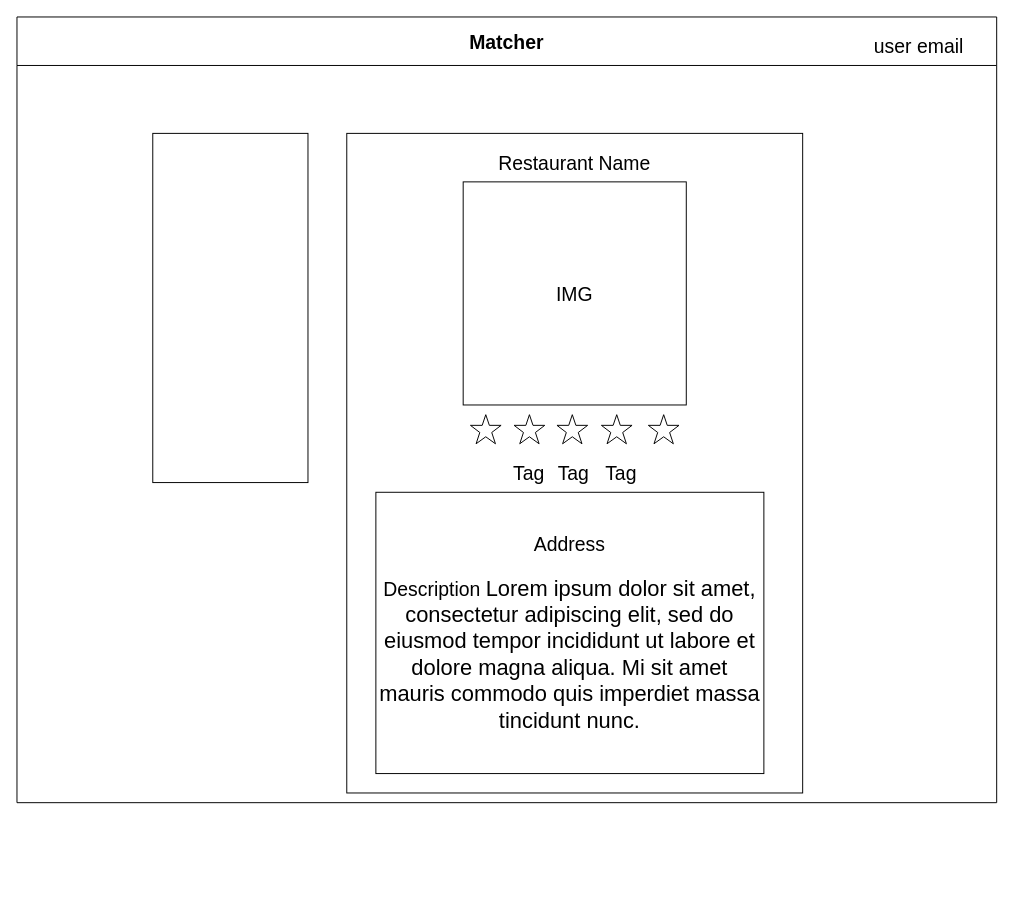
Earlier version of the draw.io diagram img/Untitled Diagram.drawio (DanteCrossCoding/matcher). Source tidied: cells renumbered, new cells numbered last; positions are measured from the earlier drawing's top-left corner, leaving out a move shared by most shapes. Both pictures are drawn from the tidied source at 97%, with x=0, y=0 at pixel (16, 16). Pictures stored in the file or linked from it are replaced by grey dashed boxes.
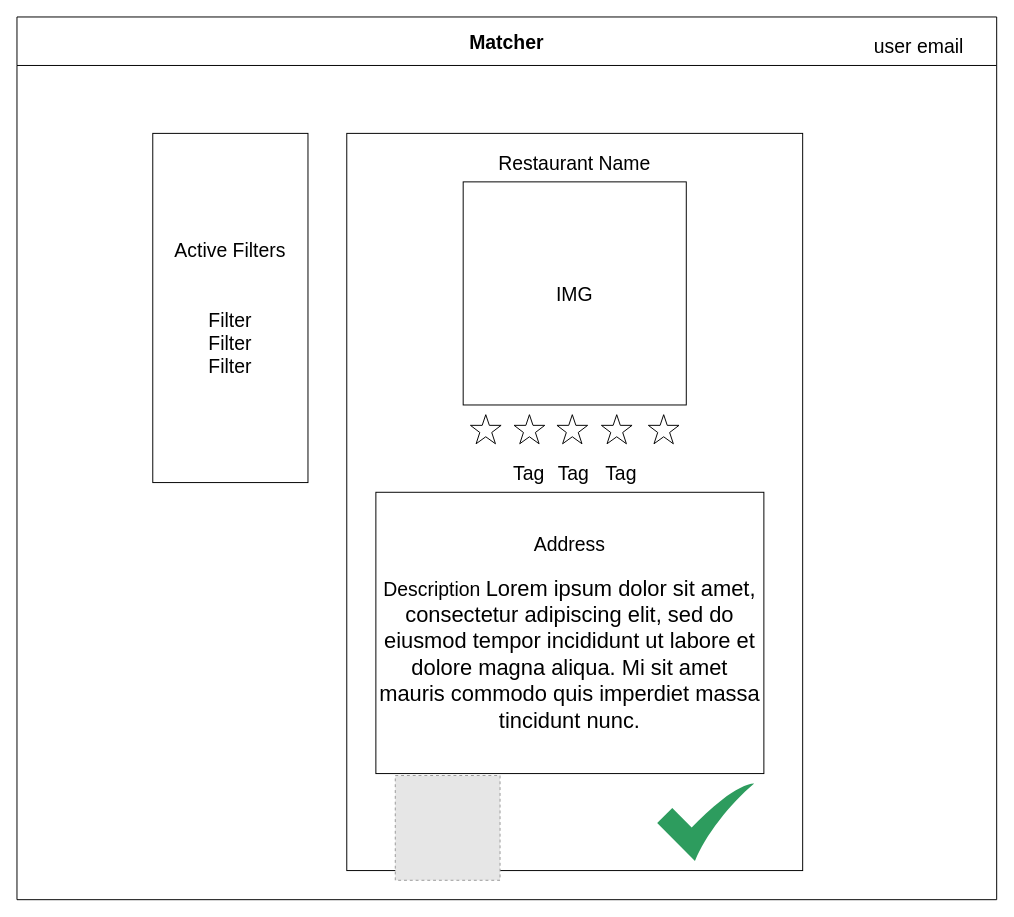
Above is the later version.

Diff of the diagram source:
```diff
@@
 <mxGraphModel>
   <root>
     <mxCell id="0" />
     <mxCell id="1" parent="0" />
     <mxCell id="2" style="rounded=0;whiteSpace=wrap;html=1;fontSize=20;" parent="1" vertex="1">
-      <mxGeometry x="340" y="120" width="470" height="680" as="geometry" />
+      <mxGeometry x="340" y="120" width="470" height="760" as="geometry" />
     </mxCell>
     <mxCell id="3" value="Matcher" style="swimlane;startSize=50;fontSize=20;" parent="1" vertex="1">
-      <mxGeometry width="1010" height="810" as="geometry" />
+      <mxGeometry width="1010" height="910" as="geometry" />
     </mxCell>
-    <mxCell id="4" style="whiteSpace=wrap;html=1;fontSize=20;" parent="3" vertex="1">
+    <mxCell id="4" value="Active Filters&lt;br&gt;&lt;br&gt;&lt;br&gt;Filter&lt;br&gt;Filter&lt;br&gt;Filter" style="whiteSpace=wrap;html=1;fontSize=20;" parent="3" vertex="1">
       <mxGeometry x="140" y="120" width="160" height="360" as="geometry" />
     </mxCell>
     <mxCell id="5" value="user email" style="text;html=1;strokeColor=none;fillColor=none;align=center;verticalAlign=middle;whiteSpace=wrap;rounded=0;fontSize=20;" parent="3" vertex="1">
       <mxGeometry x="880" y="20" width="100" height="20" as="geometry" />
     </mxCell>
     <mxCell id="6" value="&lt;p&gt;&lt;span style=&quot;background-color: rgb(255 , 255 , 255)&quot;&gt;Address&lt;/span&gt;&lt;/p&gt;&lt;p&gt;&lt;span style=&quot;background-color: rgb(255 , 255 , 255)&quot;&gt;Description&amp;nbsp;&lt;span style=&quot;font-size: 22.5625px&quot;&gt;Lorem ipsum dolor sit amet, consectetur adipiscing elit, sed do eiusmod tempor incididunt ut labore et dolore magna aliqua. Mi sit amet mauris commodo quis imperdiet massa tincidunt nunc.&lt;/span&gt;&lt;/span&gt;&lt;/p&gt;" style="text;html=1;align=center;verticalAlign=middle;whiteSpace=wrap;rounded=0;fontSize=20;strokeColor=#000000;" parent="3" vertex="1">
       <mxGeometry x="370" y="490" width="400" height="290" as="geometry" />
     </mxCell>
+    <mxCell id="17" style="html=1;strokeColor=none;shadow=0;align=center;verticalAlign=top;fillColor=#2D9C5E;shape=mxgraph.gcp2.check;fontSize=20;" parent="3" vertex="1">
+      <mxGeometry x="660" y="790" width="100" height="80" as="geometry" />
+    </mxCell>
+    <mxCell id="18" style="fillColor=#E6E6E6;strokeColor=#999999;dashed=1;html=1;verticalAlign=top;verticalLabelPosition=bottom;labelBackgroundColor=#ffffff;fontSize=20;" parent="3" vertex="1">
+      <mxGeometry x="390" y="782" width="108" height="108" as="geometry" />
+    </mxCell>
     <mxCell id="7" value="IMG" style="whiteSpace=wrap;html=1;fontSize=20;" parent="1" vertex="1">
       <mxGeometry x="460" y="170" width="230" height="230" as="geometry" />
     </mxCell>
     <mxCell id="8" value="Restaurant Name" style="text;html=1;strokeColor=none;fillColor=none;align=center;verticalAlign=middle;whiteSpace=wrap;rounded=0;fontSize=20;" parent="1" vertex="1">
       <mxGeometry x="465" y="140" width="220" height="20" as="geometry" />
     </mxCell>
     <mxCell id="9" style="verticalLabelPosition=bottom;verticalAlign=top;html=1;shape=mxgraph.basic.star;fontSize=20;" parent="1" vertex="1">
       <mxGeometry x="467.5" y="410" width="31.6" height="30" as="geometry" />
     </mxCell>
     <mxCell id="10" style="verticalLabelPosition=bottom;verticalAlign=top;html=1;shape=mxgraph.basic.star;fontSize=20;" parent="1" vertex="1">
       <mxGeometry x="512.5" y="410" width="31.6" height="30" as="geometry" />
     </mxCell>
     <mxCell id="11" style="verticalLabelPosition=bottom;verticalAlign=top;html=1;shape=mxgraph.basic.star;fontSize=20;" parent="1" vertex="1">
       <mxGeometry x="556.7" y="410" width="31.6" height="30" as="geometry" />
     </mxCell>
     <mxCell id="12" style="verticalLabelPosition=bottom;verticalAlign=top;html=1;shape=mxgraph.basic.star;fontSize=20;" parent="1" vertex="1">
       <mxGeometry x="602.5" y="410" width="31.6" height="30" as="geometry" />
     </mxCell>
     <mxCell id="13" style="verticalLabelPosition=bottom;verticalAlign=top;html=1;shape=mxgraph.basic.star;fontSize=20;" parent="1" vertex="1">
       <mxGeometry x="650.9" y="410" width="31.6" height="30" as="geometry" />
     </mxCell>
     <mxCell id="14" value="Tag" style="text;html=1;strokeColor=none;fillColor=none;align=center;verticalAlign=middle;whiteSpace=wrap;rounded=0;fontSize=20;" parent="1" vertex="1">
       <mxGeometry x="507.5" y="460" width="40" height="20" as="geometry" />
     </mxCell>
     <mxCell id="15" value="Tag" style="text;html=1;strokeColor=none;fillColor=none;align=center;verticalAlign=middle;whiteSpace=wrap;rounded=0;fontSize=20;" parent="1" vertex="1">
       <mxGeometry x="554.1" y="460" width="40" height="20" as="geometry" />
     </mxCell>
     <mxCell id="16" value="Tag" style="text;html=1;strokeColor=none;fillColor=none;align=center;verticalAlign=middle;whiteSpace=wrap;rounded=0;fontSize=20;" parent="1" vertex="1">
       <mxGeometry x="602.5" y="460" width="40" height="20" as="geometry" />
     </mxCell>
   </root>
 </mxGraphModel>
```
